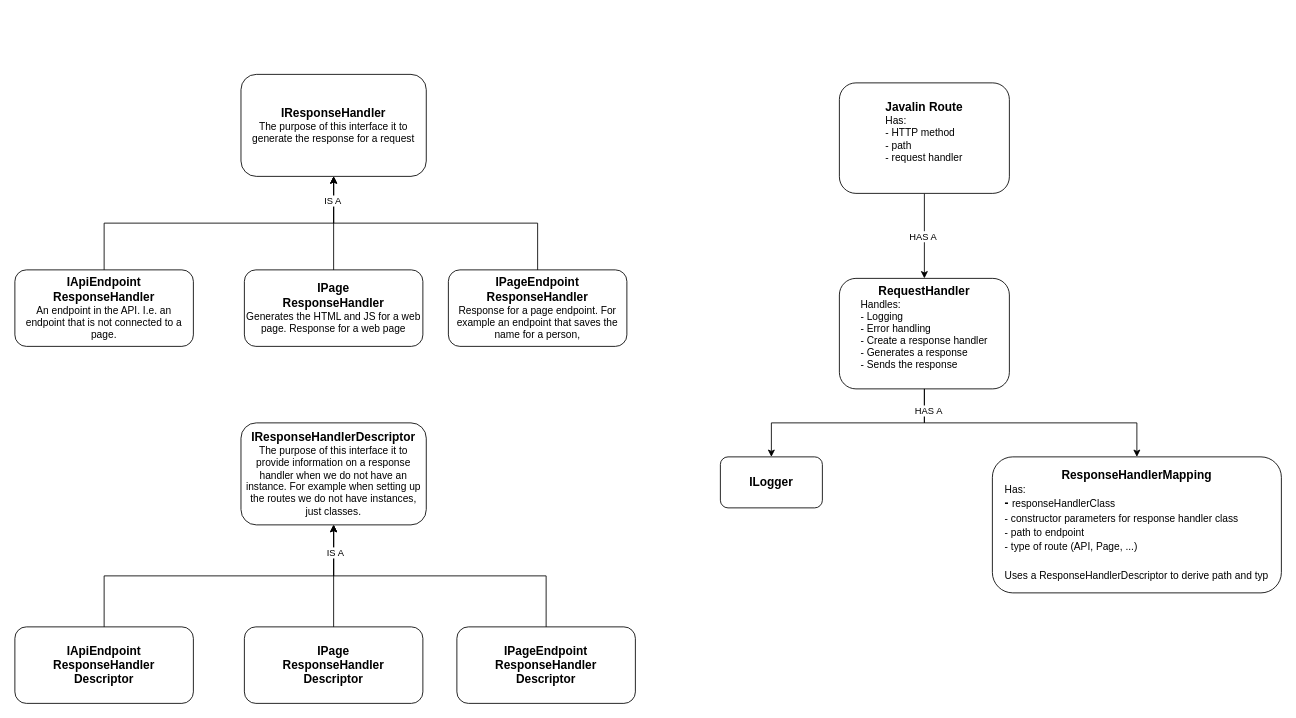
The draw.io diagram diagram.drawio in Schinzel/web-blocks, before the edit. Source tidied: cells renumbered, new cells numbered last; positions are measured from the earlier drawing's top-left corner, leaving out a move shared by most shapes. Both pictures are drawn from the tidied source at 85%, with x=0, y=0 at pixel (14, 74).
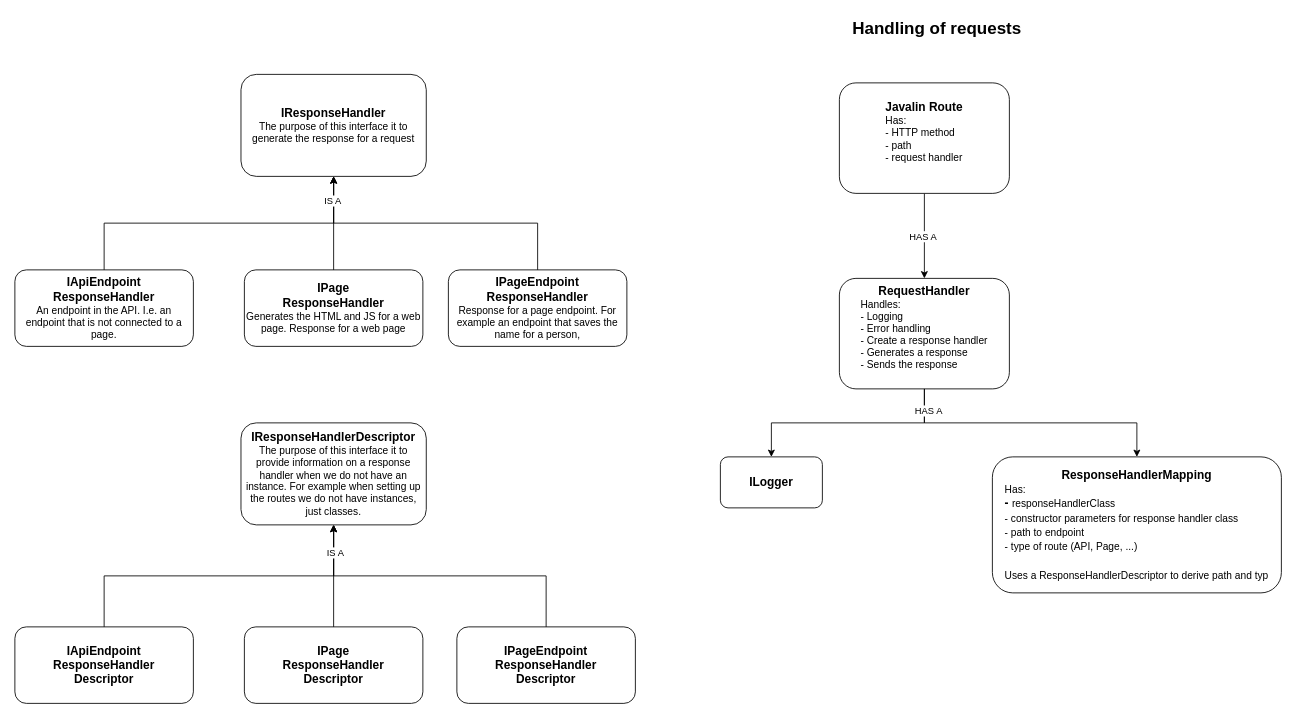
The same diagram, later.

What changed in the source:
```diff
@@
+    <mxCell id="27" value="&lt;font style=&quot;font-size: 20px;&quot;&gt;&lt;b&gt;Handling of requests&lt;/b&gt;&lt;/font&gt;" style="text;html=1;strokeColor=none;fillColor=none;align=center;verticalAlign=middle;whiteSpace=wrap;rounded=0;" parent="1" vertex="1">
+      <mxGeometry x="960" y="-70" width="250" height="30" as="geometry" />
+    </mxCell>
```
